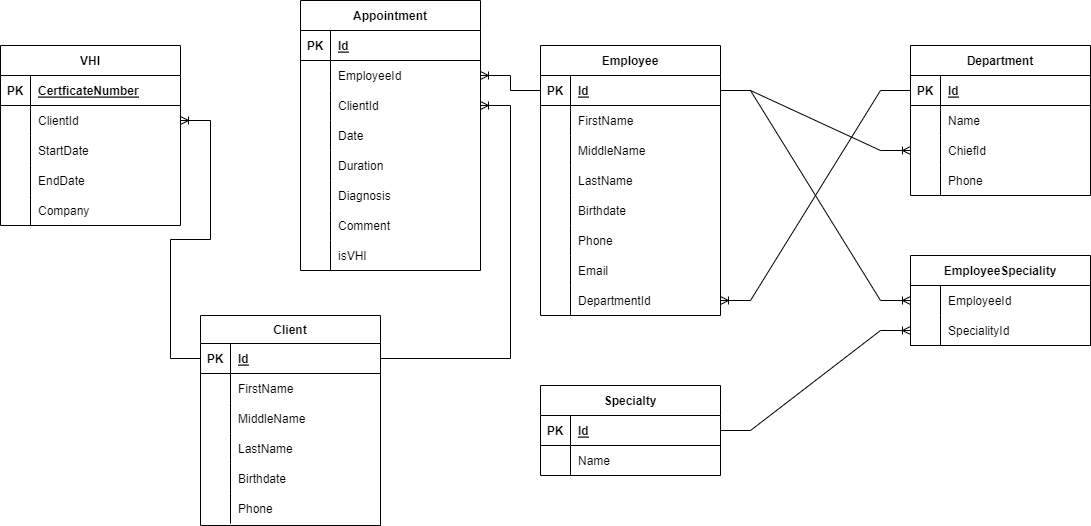
Before: images/схема.png, a diagram exported from draw.io (MusinRustamR/BD_Clinic). Source tidied: cells renumbered, new cells last; positions are measured from the earlier drawing's top-left corner, leaving out a move shared by most shapes.
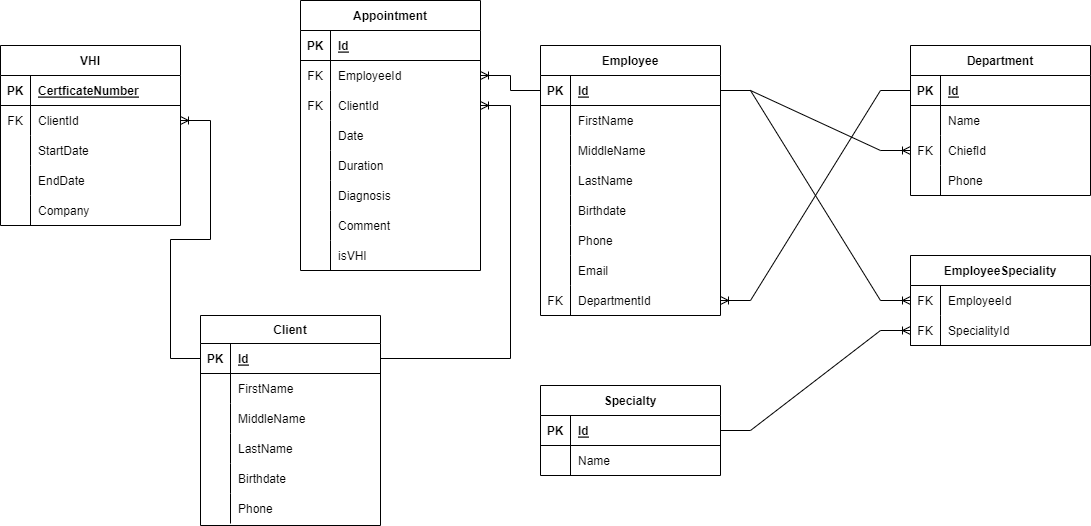
The same file after the commit.

Diff of the diagram source:
```diff
@@ -74,7 +74,7 @@
     <mxCell id="25" style="shape=tableRow;horizontal=0;startSize=0;swimlaneHead=0;swimlaneBody=0;fillColor=none;points=[[0,0.5],[1,0.5]];portConstraint=eastwest;top=0;left=0;right=0;bottom=0;" parent="21" vertex="1">
       <mxGeometry y="60" width="180" height="30" as="geometry" />
     </mxCell>
-    <mxCell id="26" style="shape=partialRectangle;fillColor=none;top=0;left=0;bottom=0;right=0;overflow=hidden;" parent="25" vertex="1">
+    <mxCell id="26" value="FK" style="shape=partialRectangle;fillColor=none;top=0;left=0;bottom=0;right=0;overflow=hidden;" parent="25" vertex="1">
       <mxGeometry width="30" height="30" as="geometry" />
     </mxCell>
     <mxCell id="27" value="EmployeeId" style="shape=partialRectangle;fillColor=none;top=0;left=0;bottom=0;right=0;align=left;spacingLeft=6;overflow=hidden;" parent="25" vertex="1">
@@ -83,7 +83,7 @@
     <mxCell id="28" style="shape=tableRow;horizontal=0;startSize=0;swimlaneHead=0;swimlaneBody=0;fillColor=none;points=[[0,0.5],[1,0.5]];portConstraint=eastwest;top=0;left=0;right=0;bottom=0;" parent="21" vertex="1">
       <mxGeometry y="90" width="180" height="30" as="geometry" />
     </mxCell>
-    <mxCell id="29" style="shape=partialRectangle;fillColor=none;top=0;left=0;bottom=0;right=0;overflow=hidden;" parent="28" vertex="1">
+    <mxCell id="29" value="FK" style="shape=partialRectangle;fillColor=none;top=0;left=0;bottom=0;right=0;overflow=hidden;" parent="28" vertex="1">
       <mxGeometry width="30" height="30" as="geometry" />
     </mxCell>
     <mxCell id="30" value="ClientId" style="shape=partialRectangle;fillColor=none;top=0;left=0;bottom=0;right=0;align=left;spacingLeft=6;overflow=hidden;" parent="28" vertex="1">
@@ -203,7 +203,7 @@
     <mxCell id="68" style="shape=tableRow;horizontal=0;startSize=0;swimlaneHead=0;swimlaneBody=0;fillColor=none;points=[[0,0.5],[1,0.5]];portConstraint=eastwest;top=0;left=0;right=0;bottom=0;" parent="46" vertex="1">
       <mxGeometry y="240" width="180" height="30" as="geometry" />
     </mxCell>
-    <mxCell id="69" style="shape=partialRectangle;fillColor=none;top=0;left=0;bottom=0;right=0;overflow=hidden;" parent="68" vertex="1">
+    <mxCell id="69" value="FK" style="shape=partialRectangle;fillColor=none;top=0;left=0;bottom=0;right=0;overflow=hidden;" parent="68" vertex="1">
       <mxGeometry width="30" height="30" as="geometry" />
     </mxCell>
     <mxCell id="70" value="DepartmentId" style="shape=partialRectangle;fillColor=none;top=0;left=0;bottom=0;right=0;align=left;spacingLeft=6;overflow=hidden;" parent="68" vertex="1">
@@ -230,7 +230,7 @@
     <mxCell id="77" style="shape=tableRow;horizontal=0;startSize=0;swimlaneHead=0;swimlaneBody=0;fillColor=none;points=[[0,0.5],[1,0.5]];portConstraint=eastwest;top=0;left=0;right=0;bottom=0;" parent="73" vertex="1">
       <mxGeometry y="60" width="180" height="30" as="geometry" />
     </mxCell>
-    <mxCell id="78" style="shape=partialRectangle;fillColor=none;top=0;left=0;bottom=0;right=0;overflow=hidden;" parent="77" vertex="1">
+    <mxCell id="78" value="FK" style="shape=partialRectangle;fillColor=none;top=0;left=0;bottom=0;right=0;overflow=hidden;" parent="77" vertex="1">
       <mxGeometry width="30" height="30" as="geometry" />
     </mxCell>
     <mxCell id="79" value="ClientId" style="shape=partialRectangle;fillColor=none;top=0;left=0;bottom=0;right=0;align=left;spacingLeft=6;overflow=hidden;" parent="77" vertex="1">
@@ -290,7 +290,7 @@
     <mxCell id="97" style="shape=tableRow;horizontal=0;startSize=0;swimlaneHead=0;swimlaneBody=0;fillColor=none;points=[[0,0.5],[1,0.5]];portConstraint=eastwest;top=0;left=0;right=0;bottom=0;" parent="90" vertex="1">
       <mxGeometry y="90" width="180" height="30" as="geometry" />
     </mxCell>
-    <mxCell id="98" style="shape=partialRectangle;fillColor=none;top=0;left=0;bottom=0;right=0;overflow=hidden;" parent="97" vertex="1">
+    <mxCell id="98" value="FK" style="shape=partialRectangle;fillColor=none;top=0;left=0;bottom=0;right=0;overflow=hidden;" parent="97" vertex="1">
       <mxGeometry width="30" height="30" as="geometry" />
     </mxCell>
     <mxCell id="99" value="ChiefId" style="shape=partialRectangle;fillColor=none;top=0;left=0;bottom=0;right=0;align=left;spacingLeft=6;overflow=hidden;" parent="97" vertex="1">
@@ -338,7 +338,7 @@
     <mxCell id="113" style="shape=tableRow;horizontal=0;startSize=0;swimlaneHead=0;swimlaneBody=0;fillColor=none;points=[[0,0.5],[1,0.5]];portConstraint=eastwest;top=0;left=0;right=0;bottom=0;" parent="112" vertex="1">
       <mxGeometry y="30" width="180" height="30" as="geometry" />
     </mxCell>
-    <mxCell id="114" style="shape=partialRectangle;fillColor=none;top=0;left=0;bottom=0;right=0;overflow=hidden;" parent="113" vertex="1">
+    <mxCell id="114" value="FK" style="shape=partialRectangle;fillColor=none;top=0;left=0;bottom=0;right=0;overflow=hidden;" parent="113" vertex="1">
       <mxGeometry width="30" height="30" as="geometry" />
     </mxCell>
     <mxCell id="115" value="EmployeeId" style="shape=partialRectangle;fillColor=none;top=0;left=0;bottom=0;right=0;align=left;spacingLeft=6;overflow=hidden;" parent="113" vertex="1">
@@ -347,7 +347,7 @@
     <mxCell id="116" style="shape=tableRow;horizontal=0;startSize=0;swimlaneHead=0;swimlaneBody=0;fillColor=none;top=0;left=0;right=0;bottom=1;" parent="112" vertex="1">
       <mxGeometry y="60" width="180" height="30" as="geometry" />
     </mxCell>
-    <mxCell id="117" style="shape=partialRectangle;fillColor=none;top=0;left=0;bottom=0;right=0;fontStyle=1;overflow=hidden;" parent="116" vertex="1">
+    <mxCell id="117" value="FK" style="shape=partialRectangle;fillColor=none;top=0;left=0;bottom=0;right=0;fontStyle=0;overflow=hidden;" parent="116" vertex="1">
       <mxGeometry width="30" height="30" as="geometry" />
     </mxCell>
     <mxCell id="118" value="SpecialityId" style="shape=partialRectangle;fillColor=none;top=0;left=0;bottom=0;right=0;align=left;spacingLeft=6;fontStyle=0;overflow=hidden;" parent="116" vertex="1">
```
